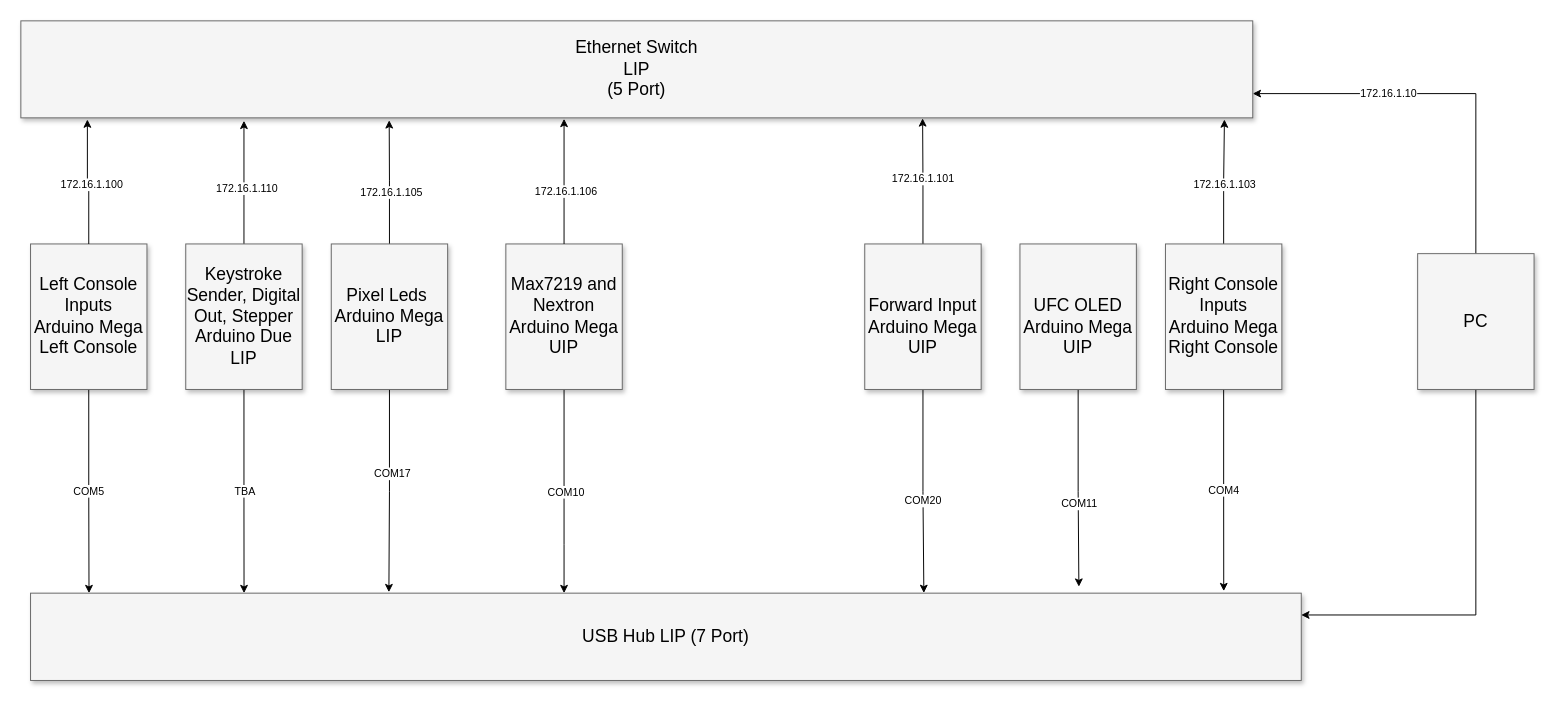
Earlier version of the draw.io diagram page "High Level Connectivity" (1 of 4) of Hornet Documentation/Hornet High-Level Connectivity .drawio (bnepethomas/bne-arduino-flight-simulator-interfaces). Source tidied: cells renumbered, new cells numbered last; positions are measured from the earlier drawing's top-left corner, leaving out a move shared by most shapes. Both pictures are drawn from the tidied source at 97%, with x=0, y=0 at pixel (20, 20).
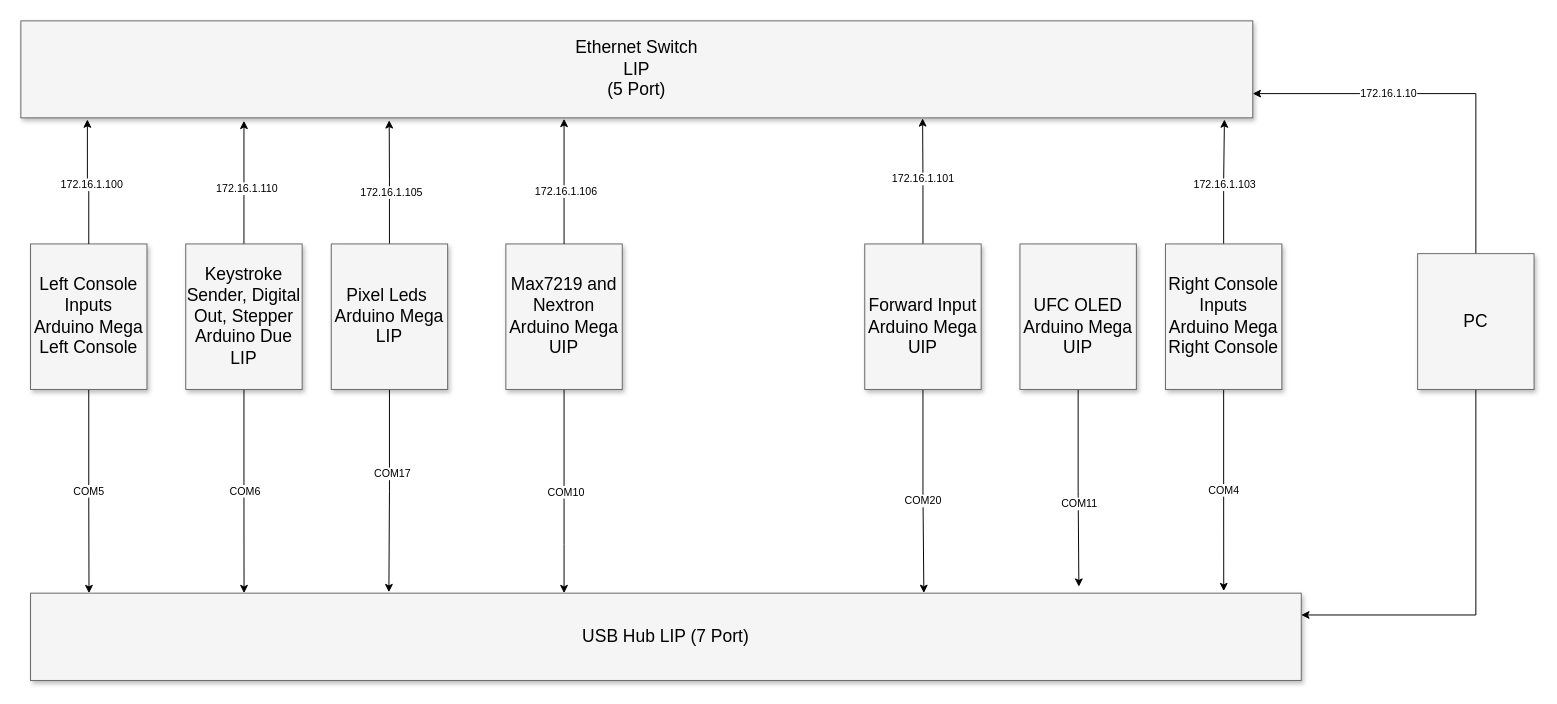
After the change.

The change refers to these unchanged cells:
```xml
<mxCell id="14" style="edgeStyle=orthogonalEdgeStyle;rounded=0;jettySize=auto;html=1;entryX=0.168;entryY=0;entryDx=0;entryDy=0;entryPerimeter=0;" parent="1" edge="1" source="16" target="2">
  <mxGeometry relative="1" as="geometry" />
</mxCell>
```

Diff of the diagram source:
```diff
@@
-    <mxCell id="15" value="TBA" style="edgeLabel;html=1;align=center;verticalAlign=middle;" parent="14" vertex="1">
+    <mxCell id="15" value="COM6" style="edgeLabel;html=1;align=center;verticalAlign=middle;" parent="14" vertex="1">
       <mxGeometry x="-0.01" relative="1" as="geometry" />
     </mxCell>
```
